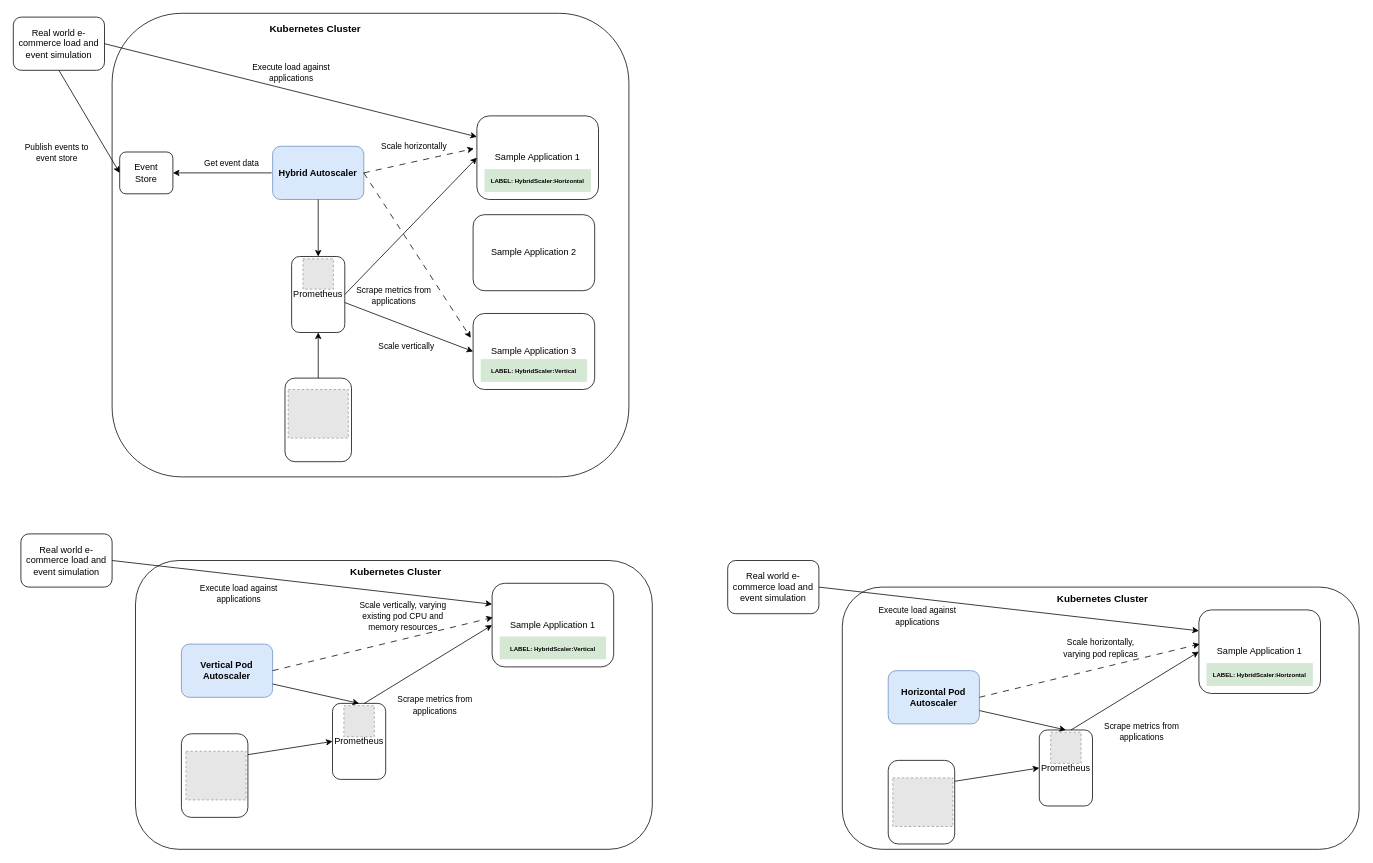
The draw.io diagram high-level-methodology.drawio in kerrystack/msc-project, before the edit. Source tidied: cells renumbered, new cells numbered last; positions are measured from the earlier drawing's top-left corner, leaving out a move shared by most shapes. Both pictures are drawn from the tidied source at 76%, with x=0, y=0 at pixel (13, 13). Pictures stored in the file or linked from it are replaced by grey dashed boxes.
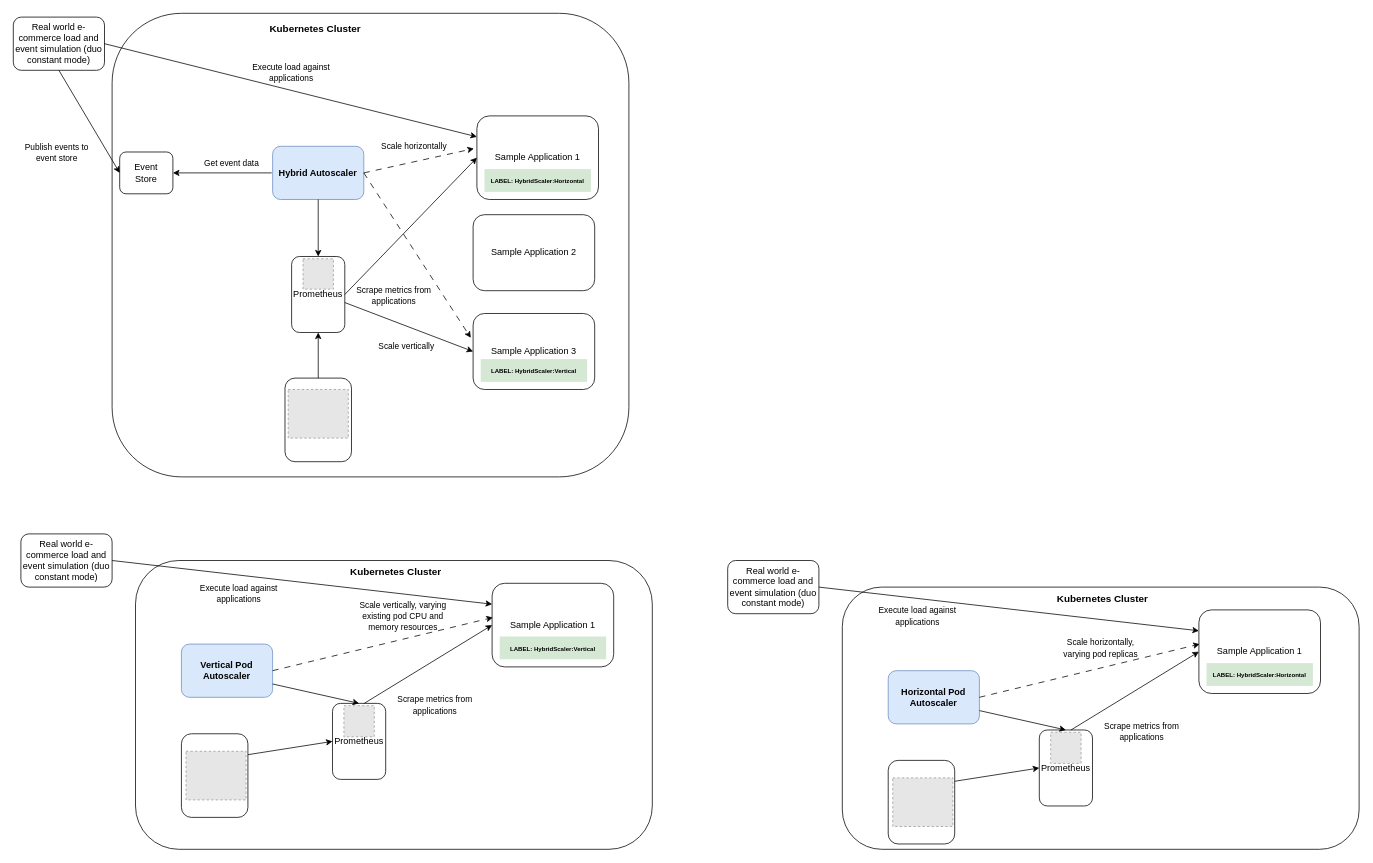
The same diagram, later.

What changed in the source:
```diff
@@
-    <mxCell id="9" value="Real world e-commerce load and event simulation" style="rounded=1;whiteSpace=wrap;html=1;fillColor=none;" parent="1" vertex="1">
+    <mxCell id="9" value="Real world e-commerce load and event simulation (duo constant mode)" style="rounded=1;whiteSpace=wrap;html=1;fillColor=none;" parent="1" vertex="1">
       <mxGeometry y="5" width="120" height="70" as="geometry" />
     </mxCell>
@@
-    <mxCell id="36" value="Real world e-commerce load and event simulation" style="rounded=1;whiteSpace=wrap;html=1;fillColor=none;" parent="1" vertex="1">
+    <mxCell id="36" value="Real world e-commerce load and event simulation (duo constant mode)" style="rounded=1;whiteSpace=wrap;html=1;fillColor=none;" parent="1" vertex="1">
       <mxGeometry x="10" y="685" width="120" height="70" as="geometry" />
     </mxCell>
@@
-    <mxCell id="53" value="Real world e-commerce load and event simulation" style="rounded=1;whiteSpace=wrap;html=1;fillColor=none;" parent="1" vertex="1">
+    <mxCell id="53" value="Real world e-commerce load and event simulation (duo constant mode)" style="rounded=1;whiteSpace=wrap;html=1;fillColor=none;" parent="1" vertex="1">
       <mxGeometry x="940" y="720" width="120" height="70" as="geometry" />
     </mxCell>
```
